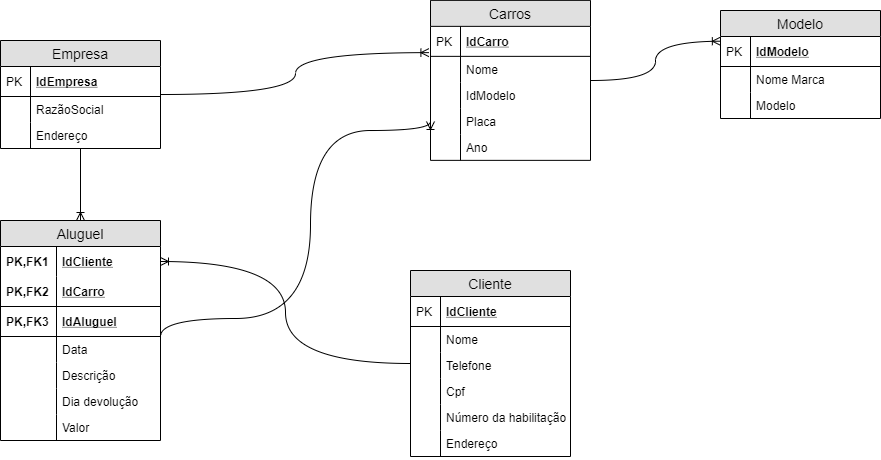
Earlier version of the draw.io export Rick´s Cars-Page-2.png (Rodhenrique/Sprint-BD-Senai). Source tidied: cells renumbered, new cells last; positions are measured from the earlier drawing's top-left corner, leaving out a move shared by most shapes.
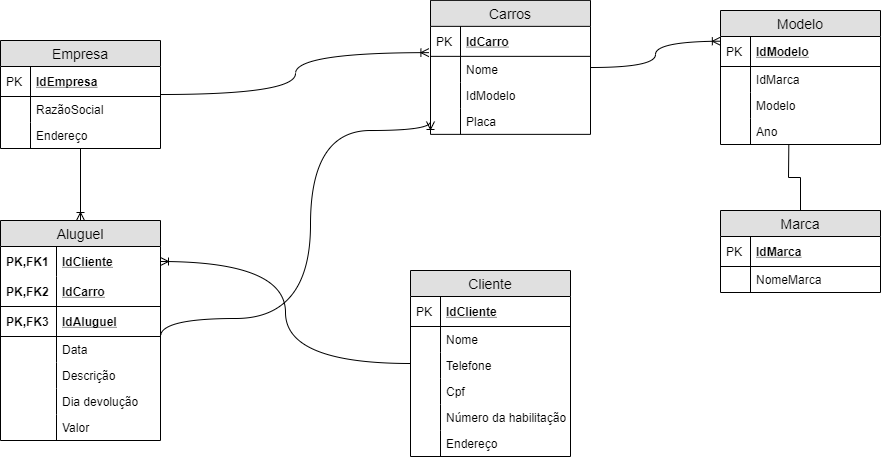
Later version of the same file.

Change to the diagram source:
```diff
@@ -33,7 +33,7 @@
       <mxGeometry relative="1" as="geometry" />
     </mxCell>
     <mxCell id="12" value="Carros" style="swimlane;fontStyle=0;horizontal=1;startSize=26;fillColor=#e0e0e0;swimlaneFillColor=#ffffff;align=center;fontSize=14;" parent="1" vertex="1">
-      <mxGeometry x="430" y="-0.1" width="160" height="160" as="geometry" />
+      <mxGeometry x="430" y="-0.1" width="160" height="134" as="geometry" />
     </mxCell>
     <mxCell id="13" value="IdCarro" style="shape=partialRectangle;top=0;left=0;right=0;bottom=1;align=left;verticalAlign=middle;fillColor=none;spacingLeft=34;spacingRight=4;overflow=hidden;fontStyle=5;fontSize=12;" parent="12" vertex="1">
       <mxGeometry y="26" width="160" height="30" as="geometry" />
@@ -59,12 +59,6 @@
     <mxCell id="20" style="shape=partialRectangle;top=0;left=0;bottom=0;fillColor=none;align=left;verticalAlign=top;spacingLeft=4;spacingRight=4;overflow=hidden;fontSize=12;" parent="19" vertex="1">
       <mxGeometry width="30" height="26" as="geometry" />
     </mxCell>
-    <mxCell id="21" value="Ano" style="shape=partialRectangle;top=0;left=0;right=0;bottom=0;align=left;verticalAlign=top;fillColor=none;spacingLeft=34;spacingRight=4;overflow=hidden;points=[[0,0.5],[1,0.5]];portConstraint=eastwest;fontSize=12;" parent="12" vertex="1">
-      <mxGeometry y="134" width="160" height="26" as="geometry" />
-    </mxCell>
-    <mxCell id="22" style="shape=partialRectangle;top=0;left=0;bottom=0;fillColor=none;align=left;verticalAlign=top;spacingLeft=4;spacingRight=4;overflow=hidden;fontSize=12;" parent="21" vertex="1">
-      <mxGeometry width="30" height="26" as="geometry" />
-    </mxCell>
     <mxCell id="23" value="Aluguel" style="swimlane;fontStyle=0;horizontal=1;startSize=26;fillColor=#e0e0e0;swimlaneFillColor=#ffffff;align=center;fontSize=14;" parent="1" vertex="1">
       <mxGeometry y="220" width="160" height="220" as="geometry" />
     </mxCell>
@@ -163,7 +157,7 @@
       </mxGeometry>
     </mxCell>
     <mxCell id="53" value="Modelo" style="swimlane;fontStyle=0;horizontal=1;startSize=26;fillColor=#e0e0e0;swimlaneFillColor=#ffffff;align=center;fontSize=14;" parent="1" vertex="1">
-      <mxGeometry x="720" y="10" width="160" height="108" as="geometry" />
+      <mxGeometry x="720" y="10" width="160" height="134" as="geometry" />
     </mxCell>
     <mxCell id="54" value="IdModelo" style="shape=partialRectangle;top=0;left=0;right=0;bottom=1;align=left;verticalAlign=middle;fillColor=none;spacingLeft=34;spacingRight=4;overflow=hidden;points=[[0,0.5],[1,0.5]];portConstraint=eastwest;fontStyle=5;fontSize=12;" parent="53" vertex="1">
       <mxGeometry y="26" width="160" height="30" as="geometry" />
@@ -171,7 +165,7 @@
     <mxCell id="55" value="PK" style="shape=partialRectangle;top=0;left=0;bottom=0;fillColor=none;align=left;verticalAlign=middle;spacingLeft=4;spacingRight=4;overflow=hidden;fontSize=12;" parent="54" vertex="1">
       <mxGeometry width="30" height="30" as="geometry" />
     </mxCell>
-    <mxCell id="56" value="Nome Marca" style="shape=partialRectangle;top=0;left=0;right=0;bottom=0;align=left;verticalAlign=top;fillColor=none;spacingLeft=34;spacingRight=4;overflow=hidden;fontSize=12;" parent="53" vertex="1">
+    <mxCell id="56" value="IdMarca" style="shape=partialRectangle;top=0;left=0;right=0;bottom=0;align=left;verticalAlign=top;fillColor=none;spacingLeft=34;spacingRight=4;overflow=hidden;fontSize=12;" parent="53" vertex="1">
       <mxGeometry y="56" width="160" height="26" as="geometry" />
     </mxCell>
     <mxCell id="57" style="shape=partialRectangle;top=0;left=0;bottom=0;fillColor=none;align=left;verticalAlign=top;spacingLeft=4;spacingRight=4;overflow=hidden;fontSize=12;" parent="56" vertex="1">
@@ -183,5 +177,29 @@
     <mxCell id="59" style="shape=partialRectangle;top=0;left=0;bottom=0;fillColor=none;align=left;verticalAlign=top;spacingLeft=4;spacingRight=4;overflow=hidden;fontSize=12;" parent="58" vertex="1">
       <mxGeometry width="30" height="26" as="geometry" />
     </mxCell>
+    <mxCell id="21" value="Ano" style="shape=partialRectangle;top=0;left=0;right=0;bottom=0;align=left;verticalAlign=top;fillColor=none;spacingLeft=34;spacingRight=4;overflow=hidden;points=[[0,0.5],[1,0.5]];portConstraint=eastwest;fontSize=12;" parent="53" vertex="1">
+      <mxGeometry y="108" width="160" height="26" as="geometry" />
+    </mxCell>
+    <mxCell id="60" style="shape=partialRectangle;top=0;left=0;bottom=0;fillColor=none;align=left;verticalAlign=top;spacingLeft=4;spacingRight=4;overflow=hidden;fontSize=12;" parent="21" vertex="1">
+      <mxGeometry width="30" height="26" as="geometry" />
+    </mxCell>
+    <mxCell id="61" style="edgeStyle=orthogonalEdgeStyle;rounded=0;jettySize=auto;html=1;entryX=0.427;entryY=1.023;entryDx=0;entryDy=0;entryPerimeter=0;endArrow=none;endFill=0;" parent="1" edge="1" source="62" target="21">
+      <mxGeometry relative="1" as="geometry" />
+    </mxCell>
+    <mxCell id="62" value="Marca" style="swimlane;fontStyle=0;horizontal=1;startSize=26;fillColor=#e0e0e0;swimlaneFillColor=#ffffff;align=center;fontSize=14;" parent="1" vertex="1">
+      <mxGeometry x="720" y="210" width="160" height="82" as="geometry" />
+    </mxCell>
+    <mxCell id="63" value="IdMarca" style="shape=partialRectangle;top=0;left=0;right=0;bottom=1;align=left;verticalAlign=middle;fillColor=none;spacingLeft=34;spacingRight=4;overflow=hidden;fontStyle=5;fontSize=12;" parent="62" vertex="1">
+      <mxGeometry y="26" width="160" height="30" as="geometry" />
+    </mxCell>
+    <mxCell id="64" value="PK" style="shape=partialRectangle;top=0;left=0;bottom=0;fillColor=none;align=left;verticalAlign=middle;spacingLeft=4;spacingRight=4;overflow=hidden;fontSize=12;" parent="63" vertex="1">
+      <mxGeometry width="30" height="30" as="geometry" />
+    </mxCell>
+    <mxCell id="65" value="NomeMarca" style="shape=partialRectangle;top=0;left=0;right=0;bottom=0;align=left;verticalAlign=top;fillColor=none;spacingLeft=34;spacingRight=4;overflow=hidden;fontSize=12;" parent="62" vertex="1">
+      <mxGeometry y="56" width="160" height="26" as="geometry" />
+    </mxCell>
+    <mxCell id="66" style="shape=partialRectangle;top=0;left=0;bottom=0;fillColor=none;align=left;verticalAlign=top;spacingLeft=4;spacingRight=4;overflow=hidden;fontSize=12;" parent="65" vertex="1">
+      <mxGeometry width="30" height="26" as="geometry" />
+    </mxCell>
   </root>
 </mxGraphModel>
```
